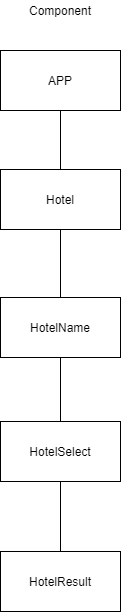
This is hotel-review/컴포넌트 구성도.png from Taewoong-H/hotelreview, a draw.io export, as it was before one commit. Source tidied: cells renumbered, new cells last; positions are measured from the earlier drawing's top-left corner, leaving out a move shared by most shapes.
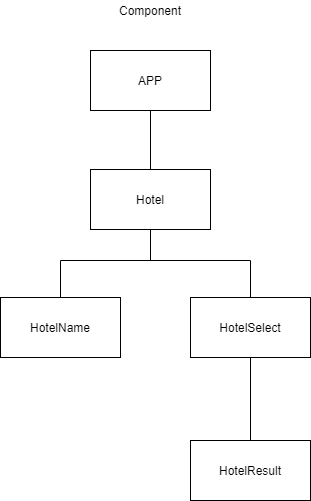
Later version of the same file.

Commit message:
Update 컴포넌트 구성도.png

Diff of the diagram source:
```diff
@@ -2,8 +2,14 @@
   <root>
     <mxCell id="0" />
     <mxCell id="1" parent="0" />
+    <mxCell id="14" style="endArrow=none;html=1;exitX=0.5;exitY=0;exitDx=0;exitDy=0;" parent="1" edge="1" source="12">
+      <mxGeometry relative="1" as="geometry">
+        <mxPoint x="160" y="260" as="targetPoint" />
+      </mxGeometry>
+    </mxCell>
-    <mxCell id="2" style="endArrow=none;html=1;exitX=0.5;exitY=1;exitDx=0;exitDy=0;" parent="1" edge="1" source="13">
+    <mxCell id="2" style="endArrow=none;html=1;" parent="1" edge="1">
       <mxGeometry relative="1" as="geometry">
+        <mxPoint x="60" y="260" as="sourcePoint" />
         <mxPoint x="60" y="110" as="targetPoint" />
       </mxGeometry>
     </mxCell>
@@ -23,22 +29,33 @@
       <mxGeometry x="10" width="100" height="20" as="geometry" />
     </mxCell>
     <mxCell id="8" style="rounded=0;whiteSpace=wrap;html=1;" parent="1" vertex="1">
-      <mxGeometry y="297" width="120" height="60" as="geometry" />
+      <mxGeometry x="-90" y="297" width="120" height="60" as="geometry" />
     </mxCell>
     <mxCell id="9" value="HotelName" style="text;html=1;strokeColor=none;fillColor=none;align=center;verticalAlign=middle;whiteSpace=wrap;rounded=0;" parent="1" vertex="1">
-      <mxGeometry x="40" y="317" width="40" height="20" as="geometry" />
+      <mxGeometry x="-50" y="317" width="40" height="20" as="geometry" />
     </mxCell>
     <mxCell id="10" style="rounded=0;whiteSpace=wrap;html=1;" parent="1" vertex="1">
-      <mxGeometry y="421" width="120" height="60" as="geometry" />
+      <mxGeometry x="100" y="297" width="120" height="60" as="geometry" />
     </mxCell>
     <mxCell id="11" value="HotelSelect" style="text;html=1;strokeColor=none;fillColor=none;align=center;verticalAlign=middle;whiteSpace=wrap;rounded=0;" parent="1" vertex="1">
-      <mxGeometry x="40" y="441" width="40" height="20" as="geometry" />
+      <mxGeometry x="140" y="317" width="40" height="20" as="geometry" />
     </mxCell>
     <mxCell id="12" style="rounded=0;whiteSpace=wrap;html=1;" parent="1" vertex="1">
-      <mxGeometry y="551" width="120" height="60" as="geometry" />
+      <mxGeometry x="100" y="440" width="120" height="60" as="geometry" />
     </mxCell>
     <mxCell id="13" value="HotelResult" style="text;html=1;strokeColor=none;fillColor=none;align=center;verticalAlign=middle;whiteSpace=wrap;rounded=0;" parent="1" vertex="1">
-      <mxGeometry x="40" y="571" width="40" height="20" as="geometry" />
+      <mxGeometry x="140" y="460" width="40" height="20" as="geometry" />
     </mxCell>
+    <mxCell id="15" style="endArrow=none;html=1;" parent="1" edge="1">
+      <mxGeometry relative="1" as="geometry">
+        <mxPoint x="-30" y="260" as="sourcePoint" />
+        <mxPoint x="160" y="260" as="targetPoint" />
+      </mxGeometry>
+    </mxCell>
+    <mxCell id="16" style="endArrow=none;html=1;exitX=0.5;exitY=0;exitDx=0;exitDy=0;" parent="1" edge="1" source="8">
+      <mxGeometry relative="1" as="geometry">
+        <mxPoint x="-30" y="260" as="targetPoint" />
+      </mxGeometry>
+    </mxCell>
   </root>
 </mxGraphModel>
```
